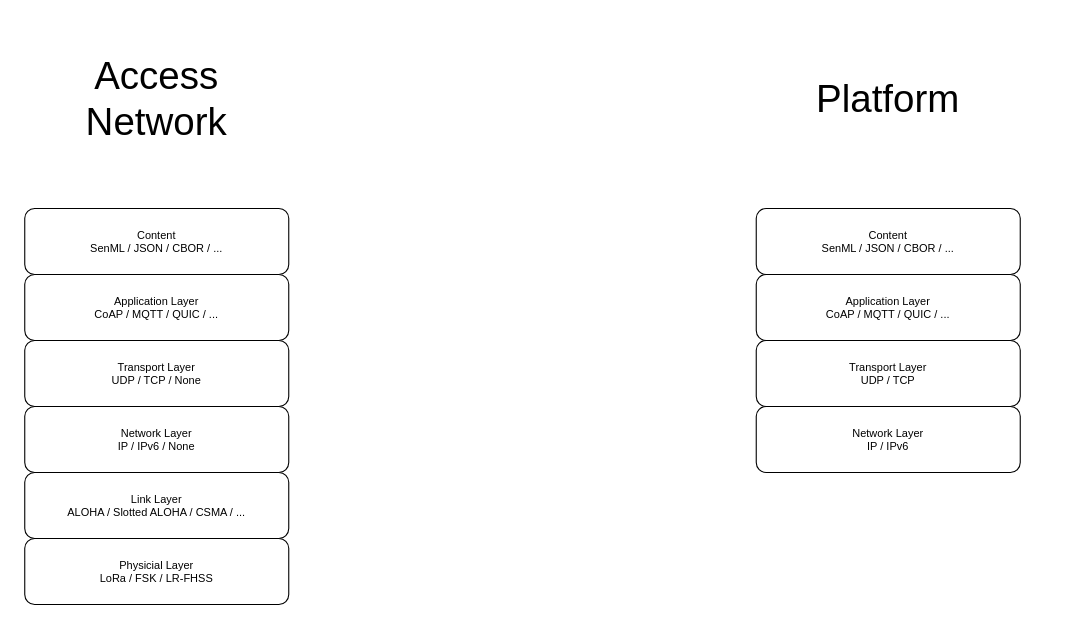
The draw.io diagram page "layered" (2 of 2) of architectures/e2e-iot.drawio in citado/RoadToPhD, before the edit. Source tidied: cells renumbered, new cells numbered last; positions are measured from the earlier drawing's top-left corner, leaving out a move shared by most shapes. Both pictures are drawn from the tidied source at 110%, with x=0, y=0 at pixel (19, 54).
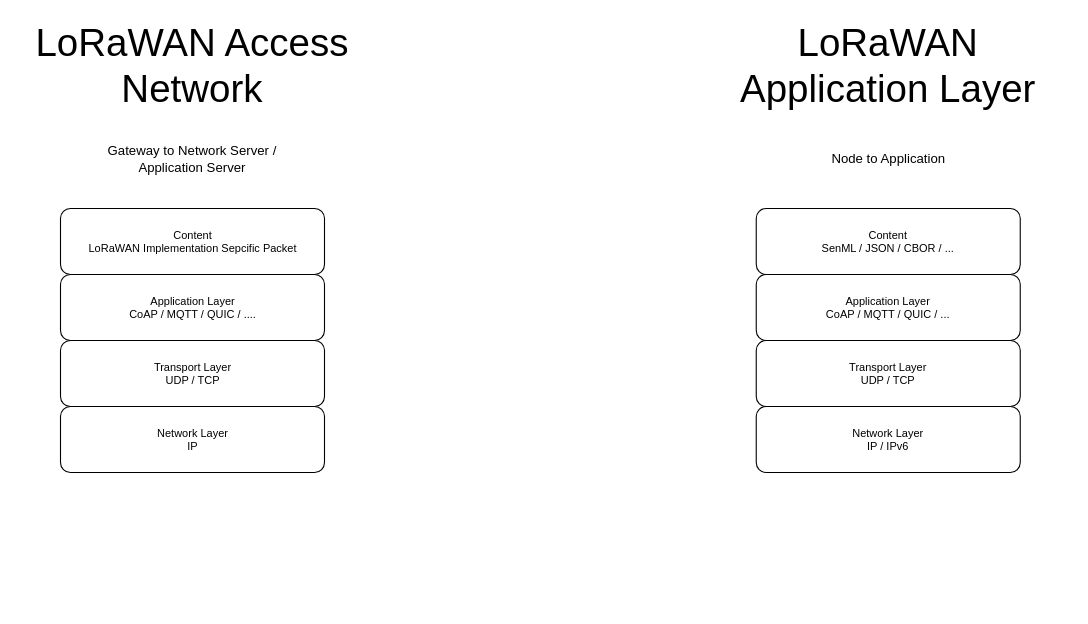
The same diagram, later.

The edit, as a diff of the source:
```diff
@@
 <mxGraphModel>
   <root>
     <mxCell id="0" />
     <mxCell id="1" parent="0" />
-    <mxCell id="2" value="Application Layer&lt;br&gt;CoAP / MQTT / QUIC / ..." style="rounded=1;whiteSpace=wrap;html=1;fontFamily=Helvetica;fontSize=10;fillColor=default;" parent="1" vertex="1">
-      <mxGeometry x="5" y="200" width="240" height="60" as="geometry" />
+    <mxCell id="2" value="Application Layer&lt;br&gt;CoAP / MQTT / QUIC / ...." style="rounded=1;whiteSpace=wrap;html=1;fontFamily=Helvetica;fontSize=10;fillColor=default;" parent="1" vertex="1">
+      <mxGeometry x="37.5" y="200" width="240" height="60" as="geometry" />
     </mxCell>
-    <mxCell id="3" value="Transport Layer&lt;br&gt;UDP / TCP / None" style="rounded=1;whiteSpace=wrap;html=1;fontFamily=Helvetica;fontSize=10;fillColor=default;" parent="1" vertex="1">
-      <mxGeometry x="5" y="260" width="240" height="60" as="geometry" />
+    <mxCell id="3" value="Transport Layer&lt;br&gt;UDP / TCP" style="rounded=1;whiteSpace=wrap;html=1;fontFamily=Helvetica;fontSize=10;fillColor=default;" parent="1" vertex="1">
+      <mxGeometry x="37.5" y="260" width="240" height="60" as="geometry" />
     </mxCell>
-    <mxCell id="4" value="Network Layer&lt;br&gt;IP / IPv6 / None" style="rounded=1;whiteSpace=wrap;html=1;fontFamily=Helvetica;fontSize=10;fillColor=default;" parent="1" vertex="1">
-      <mxGeometry x="5" y="320" width="240" height="60" as="geometry" />
+    <mxCell id="4" value="Network Layer&lt;br&gt;IP" style="rounded=1;whiteSpace=wrap;html=1;fontFamily=Helvetica;fontSize=10;fillColor=default;" parent="1" vertex="1">
+      <mxGeometry x="37.5" y="320" width="240" height="60" as="geometry" />
     </mxCell>
-    <mxCell id="5" value="Link Layer&lt;br&gt;ALOHA / Slotted ALOHA / CSMA / ..." style="rounded=1;whiteSpace=wrap;html=1;fontFamily=Helvetica;fontSize=10;fillColor=default;" parent="1" vertex="1">
-      <mxGeometry x="5" y="380" width="240" height="60" as="geometry" />
-    </mxCell>
-    <mxCell id="6" value="Physicial Layer&lt;br&gt;LoRa / FSK / LR-FHSS" style="rounded=1;whiteSpace=wrap;html=1;fontFamily=Helvetica;fontSize=10;fillColor=default;" parent="1" vertex="1">
-      <mxGeometry x="5" y="440" width="240" height="60" as="geometry" />
-    </mxCell>
-    <mxCell id="7" value="Access Network" style="text;html=1;strokeColor=none;fillColor=none;align=center;verticalAlign=middle;whiteSpace=wrap;rounded=0;fontFamily=Helvetica;fontSize=35;" parent="1" vertex="1">
-      <mxGeometry width="250" height="80" as="geometry" />
+    <mxCell id="7" value="LoRaWAN Access Network" style="text;html=1;strokeColor=none;fillColor=none;align=center;verticalAlign=middle;whiteSpace=wrap;rounded=0;fontFamily=Helvetica;fontSize=35;" parent="1" vertex="1">
+      <mxGeometry y="-30" width="315" height="80" as="geometry" />
     </mxCell>
-    <mxCell id="8" value="Content&lt;br&gt;SenML / JSON / CBOR / ..." style="rounded=1;whiteSpace=wrap;html=1;fontFamily=Helvetica;fontSize=10;fillColor=default;" parent="1" vertex="1">
-      <mxGeometry x="5" y="140" width="240" height="60" as="geometry" />
+    <mxCell id="8" value="Content&lt;br&gt;LoRaWAN Implementation Sepcific Packet" style="rounded=1;whiteSpace=wrap;html=1;fontFamily=Helvetica;fontSize=10;fillColor=default;" parent="1" vertex="1">
+      <mxGeometry x="37.5" y="140" width="240" height="60" as="geometry" />
     </mxCell>
     <mxCell id="9" value="Application Layer&lt;br&gt;CoAP / MQTT / QUIC / ..." style="rounded=1;whiteSpace=wrap;html=1;fontFamily=Helvetica;fontSize=10;fillColor=default;" parent="1" vertex="1">
       <mxGeometry x="670" y="200" width="240" height="60" as="geometry" />
     </mxCell>
     <mxCell id="10" value="Transport Layer&lt;br&gt;UDP / TCP" style="rounded=1;whiteSpace=wrap;html=1;fontFamily=Helvetica;fontSize=10;fillColor=default;" parent="1" vertex="1">
       <mxGeometry x="670" y="260" width="240" height="60" as="geometry" />
     </mxCell>
     <mxCell id="11" value="Network Layer&lt;br&gt;IP / IPv6" style="rounded=1;whiteSpace=wrap;html=1;fontFamily=Helvetica;fontSize=10;fillColor=default;" parent="1" vertex="1">
       <mxGeometry x="670" y="320" width="240" height="60" as="geometry" />
     </mxCell>
-    <mxCell id="12" value="Platform" style="text;html=1;strokeColor=none;fillColor=none;align=center;verticalAlign=middle;whiteSpace=wrap;rounded=0;fontFamily=Helvetica;fontSize=35;" parent="1" vertex="1">
-      <mxGeometry x="665" width="250" height="80" as="geometry" />
+    <mxCell id="12" value="LoRaWAN Application Layer" style="text;html=1;strokeColor=none;fillColor=none;align=center;verticalAlign=middle;whiteSpace=wrap;rounded=0;fontFamily=Helvetica;fontSize=35;" parent="1" vertex="1">
+      <mxGeometry x="625" y="-30" width="330" height="80" as="geometry" />
     </mxCell>
     <mxCell id="13" value="Content&lt;br&gt;SenML / JSON / CBOR / ..." style="rounded=1;whiteSpace=wrap;html=1;fontFamily=Helvetica;fontSize=10;fillColor=default;" parent="1" vertex="1">
       <mxGeometry x="670" y="140" width="240" height="60" as="geometry" />
     </mxCell>
+    <mxCell id="14" value="Gateway to Network Server / Application Server" style="text;html=1;strokeColor=none;fillColor=none;align=center;verticalAlign=middle;whiteSpace=wrap;rounded=0;" parent="1" vertex="1">
+      <mxGeometry x="69" y="80" width="177" height="30" as="geometry" />
+    </mxCell>
+    <mxCell id="15" value="Node to Application" style="text;html=1;strokeColor=none;fillColor=none;align=center;verticalAlign=middle;whiteSpace=wrap;rounded=0;" parent="1" vertex="1">
+      <mxGeometry x="732.5" y="80" width="115" height="30" as="geometry" />
+    </mxCell>
   </root>
 </mxGraphModel>
```
